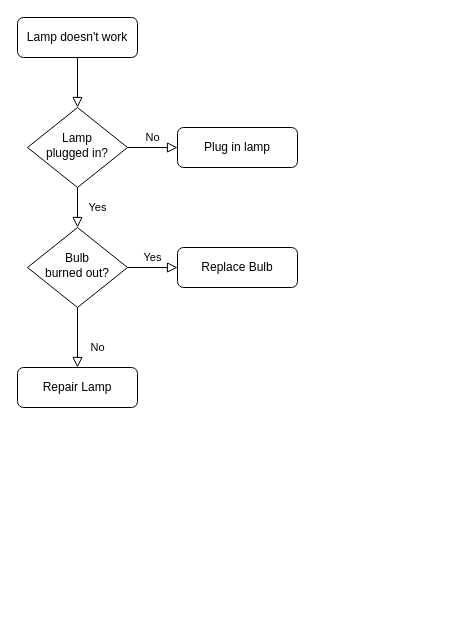
SoftBankCorp/automobile_test_project keeps this draw.io diagram as automobile.drawio. Above is the earlier version. Source tidied: cells renumbered, new cells numbered last; positions are measured from the earlier drawing's top-left corner, leaving out a move shared by most shapes. Both pictures are drawn from the tidied source at 100%, with x=0, y=0 at pixel (17, 17).
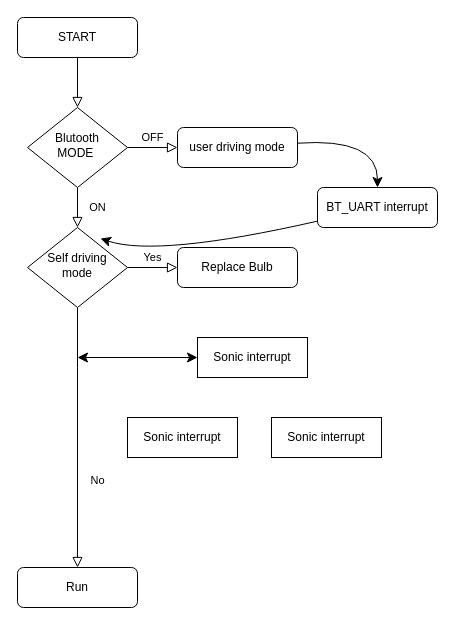
Above is the later version.

The edit, as a diff of the source:
```diff
@@
-    <mxCell id="3" value="Lamp doesn't work" style="rounded=1;whiteSpace=wrap;html=1;fontSize=12;glass=0;strokeWidth=1;shadow=0;" parent="1" vertex="1">
+    <mxCell id="3" value="START" style="rounded=1;whiteSpace=wrap;html=1;fontSize=12;glass=0;strokeWidth=1;shadow=0;" parent="1" vertex="1">
       <mxGeometry width="120" height="40" as="geometry" />
     </mxCell>
-    <mxCell id="4" value="Yes" style="rounded=0;html=1;jettySize=auto;fontSize=11;endArrow=block;endFill=0;endSize=8;strokeWidth=1;shadow=0;labelBackgroundColor=none;edgeStyle=orthogonalEdgeStyle;" parent="1" edge="1" source="6" target="10">
+    <mxCell id="4" value="ON" style="rounded=0;html=1;jettySize=auto;fontSize=11;endArrow=block;endFill=0;endSize=8;strokeWidth=1;shadow=0;labelBackgroundColor=none;edgeStyle=orthogonalEdgeStyle;" parent="1" edge="1" source="6" target="10">
       <mxGeometry y="20" relative="1" as="geometry" />
     </mxCell>
-    <mxCell id="5" value="No" style="edgeStyle=orthogonalEdgeStyle;rounded=0;html=1;jettySize=auto;fontSize=11;endArrow=block;endFill=0;endSize=8;strokeWidth=1;shadow=0;labelBackgroundColor=none;" parent="1" edge="1" source="6" target="7">
+    <mxCell id="5" value="OFF" style="edgeStyle=orthogonalEdgeStyle;rounded=0;html=1;jettySize=auto;fontSize=11;endArrow=block;endFill=0;endSize=8;strokeWidth=1;shadow=0;labelBackgroundColor=none;" parent="1" edge="1" source="6" target="7">
       <mxGeometry y="10" relative="1" as="geometry" />
     </mxCell>
-    <mxCell id="6" value="Lamp&lt;br&gt;plugged in?" style="rhombus;whiteSpace=wrap;html=1;shadow=0;fontFamily=Helvetica;fontSize=12;align=center;strokeWidth=1;spacing=6;spacingTop=-4;" parent="1" vertex="1">
+    <mxCell id="6" value="Blutooth&lt;br&gt;MODE&amp;nbsp;" style="rhombus;whiteSpace=wrap;html=1;shadow=0;fontFamily=Helvetica;fontSize=12;align=center;strokeWidth=1;spacing=6;spacingTop=-4;" parent="1" vertex="1">
       <mxGeometry x="10" y="90" width="100" height="80" as="geometry" />
     </mxCell>
+    <mxCell id="13" style="edgeStyle=none;curved=1;rounded=0;jettySize=auto;html=1;entryX=0.5;entryY=0;entryDx=0;entryDy=0;fontSize=12;startSize=8;endSize=8;" parent="1" edge="1" source="7" target="15">
+      <mxGeometry relative="1" as="geometry">
+        <Array as="points">
+          <mxPoint x="360" y="120" />
+        </Array>
+      </mxGeometry>
+    </mxCell>
-    <mxCell id="7" value="Plug in lamp" style="rounded=1;whiteSpace=wrap;html=1;fontSize=12;glass=0;strokeWidth=1;shadow=0;" parent="1" vertex="1">
+    <mxCell id="7" value="user driving mode" style="rounded=1;whiteSpace=wrap;html=1;fontSize=12;glass=0;strokeWidth=1;shadow=0;" parent="1" vertex="1">
       <mxGeometry x="160" y="110" width="120" height="40" as="geometry" />
     </mxCell>
     <mxCell id="8" value="No" style="rounded=0;html=1;jettySize=auto;fontSize=11;endArrow=block;endFill=0;endSize=8;strokeWidth=1;shadow=0;labelBackgroundColor=none;edgeStyle=orthogonalEdgeStyle;" parent="1" edge="1" source="10" target="11">
-      <mxGeometry x="0.33" y="20" relative="1" as="geometry" />
+      <mxGeometry x="0.33" y="20" relative="1" as="geometry">
+        <Array as="points">
+          <mxPoint x="60" y="350" />
+          <mxPoint x="60" y="350" />
+        </Array>
+      </mxGeometry>
     </mxCell>
@@
-    <mxCell id="10" value="Bulb&lt;br&gt;burned out?" style="rhombus;whiteSpace=wrap;html=1;shadow=0;fontFamily=Helvetica;fontSize=12;align=center;strokeWidth=1;spacing=6;spacingTop=-4;" parent="1" vertex="1">
+    <mxCell id="10" value="Self driving&lt;br&gt;mode" style="rhombus;whiteSpace=wrap;html=1;shadow=0;fontFamily=Helvetica;fontSize=12;align=center;strokeWidth=1;spacing=6;spacingTop=-4;" parent="1" vertex="1">
       <mxGeometry x="10" y="210" width="100" height="80" as="geometry" />
     </mxCell>
-    <mxCell id="11" value="Repair Lamp" style="rounded=1;whiteSpace=wrap;html=1;fontSize=12;glass=0;strokeWidth=1;shadow=0;" parent="1" vertex="1">
-      <mxGeometry y="350" width="120" height="40" as="geometry" />
+    <mxCell id="11" value="Run" style="rounded=1;whiteSpace=wrap;html=1;fontSize=12;glass=0;strokeWidth=1;shadow=0;" parent="1" vertex="1">
+      <mxGeometry y="550" width="120" height="40" as="geometry" />
     </mxCell>
@@
+    <mxCell id="14" style="edgeStyle=none;curved=1;rounded=0;orthogonalLoop=1;jettySize=auto;html=1;exitX=0;exitY=0.5;exitDx=0;exitDy=0;fontSize=12;startSize=8;endSize=8;entryX=0;entryY=0.5;entryDx=0;entryDy=0;" parent="1" edge="1">
+      <mxGeometry relative="1" as="geometry">
+        <mxPoint x="180" y="340" as="sourcePoint" />
+        <mxPoint x="180" y="340" as="targetPoint" />
+      </mxGeometry>
+    </mxCell>
+    <mxCell id="15" value="BT_UART interrupt" style="rounded=1;whiteSpace=wrap;html=1;fontSize=12;glass=0;strokeWidth=1;shadow=0;" parent="1" vertex="1">
+      <mxGeometry x="300" y="170" width="120" height="40" as="geometry" />
+    </mxCell>
+    <mxCell id="16" style="edgeStyle=none;curved=1;rounded=0;jettySize=auto;html=1;entryX=0.73;entryY=0.138;entryDx=0;entryDy=0;entryPerimeter=0;fontSize=12;startSize=8;endSize=8;" parent="1" edge="1" source="15" target="10">
+      <mxGeometry relative="1" as="geometry">
+        <Array as="points">
+          <mxPoint x="140" y="240" />
+        </Array>
+      </mxGeometry>
+    </mxCell>
+    <mxCell id="17" style="endArrow=classic;startArrow=classic;html=1;rounded=0;fontSize=12;startSize=8;endSize=8;entryX=0;entryY=0.5;entryDx=0;entryDy=0;" parent="1" edge="1">
+      <mxGeometry relative="1" as="geometry">
+        <mxPoint x="60" y="340" as="sourcePoint" />
+        <mxPoint x="180" y="340" as="targetPoint" />
+      </mxGeometry>
+    </mxCell>
+    <mxCell id="18" value="Sonic interrupt" style="rounded=0;whiteSpace=wrap;html=1;" parent="1" vertex="1">
+      <mxGeometry x="180" y="320" width="110" height="40" as="geometry" />
+    </mxCell>
+    <mxCell id="19" value="Sonic interrupt" style="rounded=0;whiteSpace=wrap;html=1;" parent="1" vertex="1">
+      <mxGeometry x="110" y="400" width="110" height="40" as="geometry" />
+    </mxCell>
+    <mxCell id="20" value="Sonic interrupt" style="rounded=0;whiteSpace=wrap;html=1;" parent="1" vertex="1">
+      <mxGeometry x="254" y="400" width="110" height="40" as="geometry" />
+    </mxCell>
```
